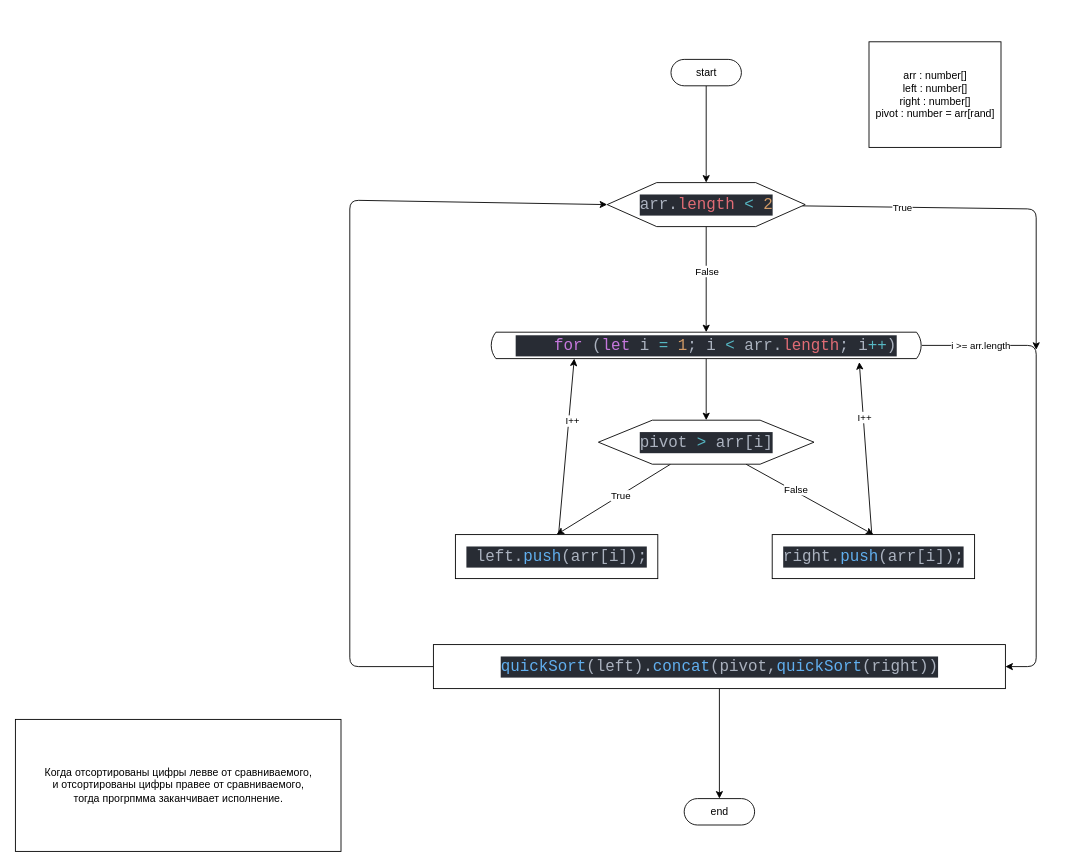
Before: Задачи/quickSort.drawio in danil-jpg/algorithms-and-data-structures, a draw.io diagram. Source tidied: cells renumbered, new cells numbered last; positions are measured from the earlier drawing's top-left corner, leaving out a move shared by most shapes. Both pictures are drawn from the tidied source at 88%, with x=0, y=0 at pixel (15, 41).
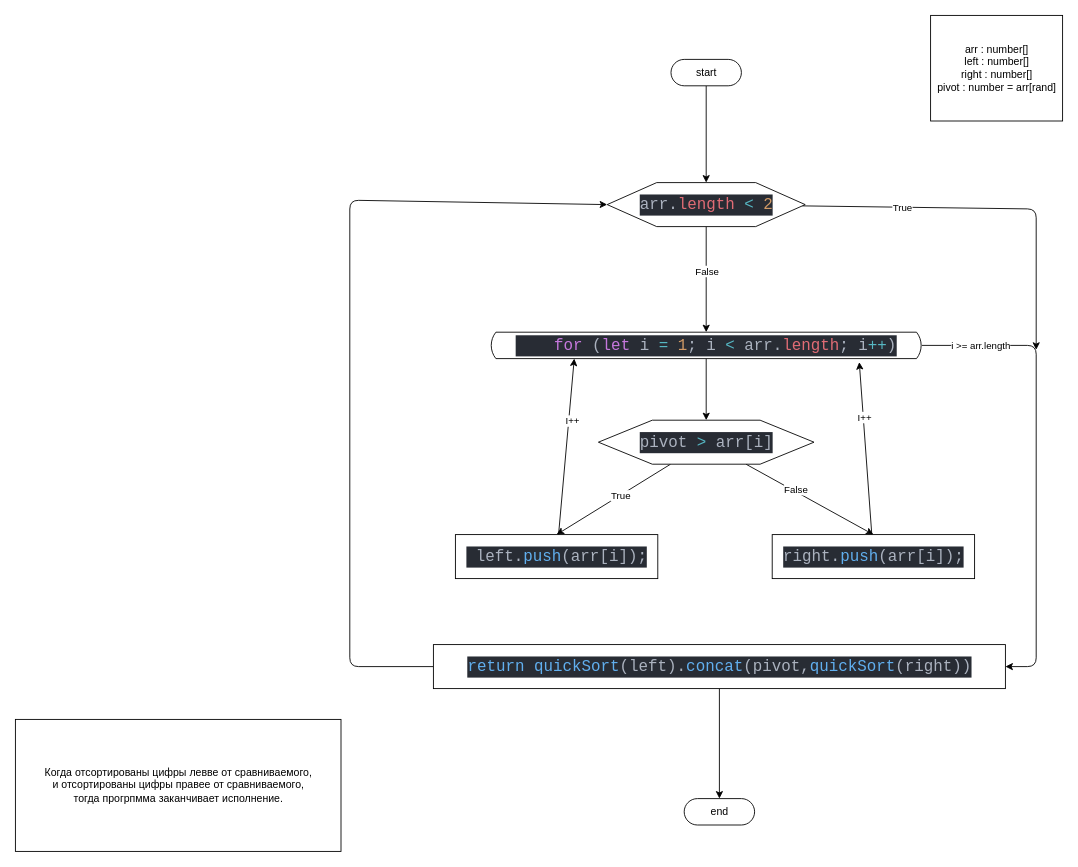
The same page after the edit.

Commit message:
changed a little quicksort diagramm

Change to the diagram source:
```diff
@@
-    <mxCell id="27" value="&lt;div style=&quot;color: rgb(171, 178, 191); background-color: rgb(40, 44, 52); font-family: MontserratAlternates-Regular, Consolas, &amp;quot;Courier New&amp;quot;, monospace; font-size: 18px; line-height: 24px;&quot;&gt;&lt;span style=&quot;color: #61afef;&quot;&gt;quickSort&lt;/span&gt;(left).&lt;span style=&quot;color: #61afef;&quot;&gt;concat&lt;/span&gt;(pivot,&lt;span style=&quot;color: #61afef;&quot;&gt;quickSort&lt;/span&gt;(right))&lt;/div&gt;" style="html=1;dashed=0;whitespace=wrap;" parent="1" vertex="1">
+    <mxCell id="27" value="&lt;div style=&quot;color: rgb(171, 178, 191); background-color: rgb(40, 44, 52); font-family: MontserratAlternates-Regular, Consolas, &amp;quot;Courier New&amp;quot;, monospace; font-size: 18px; line-height: 24px;&quot;&gt;&lt;span style=&quot;color: #61afef;&quot;&gt;return quickSort&lt;/span&gt;(left).&lt;span style=&quot;color: #61afef;&quot;&gt;concat&lt;/span&gt;(pivot,&lt;span style=&quot;color: #61afef;&quot;&gt;quickSort&lt;/span&gt;(right))&lt;/div&gt;" style="html=1;dashed=0;whitespace=wrap;" parent="1" vertex="1">
       <mxGeometry x="475" y="685" width="650" height="50" as="geometry" />
     </mxCell>
     <mxCell id="28" value="arr : number[]&lt;br&gt;left : number[]&lt;br&gt;right : number[]&lt;br&gt;pivot : number = arr[rand]" style="html=1;dashed=0;whitespace=wrap;" parent="1" vertex="1">
-      <mxGeometry x="970" width="150" height="120" as="geometry" />
+      <mxGeometry x="1040" y="-30" width="150" height="120" as="geometry" />
     </mxCell>
```
